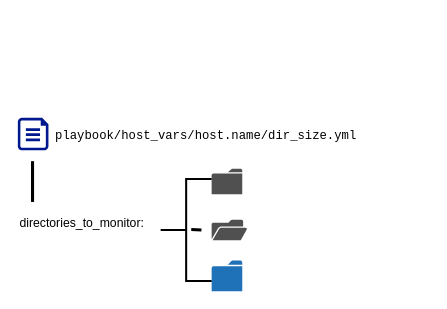
Before: Untitled Diagram.drawio in DimitrijaGj/Directory_size_monitoring_textcollector, a draw.io diagram. Source tidied: cells renumbered, new cells numbered last; positions are measured from the earlier drawing's top-left corner, leaving out a move shared by most shapes. Both pictures are drawn from the tidied source at 102%, with x=0, y=0 at pixel (17, 109).
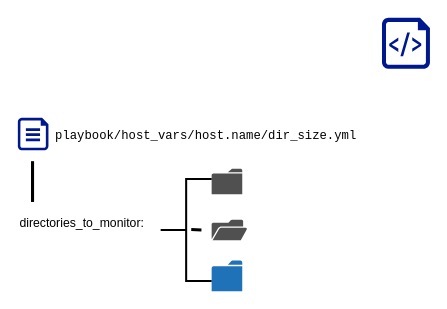
After the change.

What changed in the source:
```diff
@@
 <mxGraphModel>
   <root>
     <mxCell id="0" />
     <mxCell id="1" parent="0" />
     <mxCell id="2" style="sketch=0;shadow=0;dashed=0;html=1;strokeColor=none;fillColor=#505050;labelPosition=center;verticalLabelPosition=bottom;verticalAlign=top;align=center;shape=mxgraph.office.concepts.folder;" parent="1" vertex="1">
       <mxGeometry x="190" y="58" width="30" height="25" as="geometry" />
     </mxCell>
     <mxCell id="3" style="sketch=0;shadow=0;dashed=0;html=1;strokeColor=none;fillColor=#505050;labelPosition=center;verticalLabelPosition=bottom;verticalAlign=top;align=center;shape=mxgraph.office.concepts.folder_open;" parent="1" vertex="1">
       <mxGeometry x="190" y="108" width="35" height="20" as="geometry" />
     </mxCell>
     <mxCell id="4" style="sketch=0;shadow=0;dashed=0;html=1;strokeColor=none;labelPosition=center;verticalLabelPosition=bottom;verticalAlign=top;align=center;shape=mxgraph.office.concepts.folder;fillColor=#2072B8;" parent="1" vertex="1">
       <mxGeometry x="190" y="148" width="30" height="30" as="geometry" />
     </mxCell>
     <mxCell id="5" style="sketch=0;shadow=0;dashed=0;html=1;strokeColor=none;labelPosition=center;verticalLabelPosition=bottom;verticalAlign=top;align=center;fillColor=#00188D;shape=mxgraph.azure.file;" parent="1" vertex="1">
       <mxGeometry y="8" width="30" height="31.9" as="geometry" />
     </mxCell>
     <mxCell id="6" value="&lt;pre&gt;&lt;font face=&quot;Courier New&quot;&gt;playbook/host_vars/host.name/dir_size.yml&lt;/font&gt;&lt;/pre&gt;" style="text;whiteSpace=wrap;html=1;" parent="1" vertex="1">
       <mxGeometry x="35" y="-0.1" width="260" height="40" as="geometry" />
     </mxCell>
     <mxCell id="7" style="strokeWidth=2;html=1;shape=mxgraph.flowchart.annotation_2;align=left;labelPosition=right;" parent="1" vertex="1">
       <mxGeometry x="140" y="68" width="50" height="100" as="geometry" />
     </mxCell>
     <mxCell id="8" style="endArrow=none;html=1;rounded=0;strokeWidth=3;" parent="1" edge="1">
       <mxGeometry relative="1" as="geometry">
         <mxPoint x="170" y="117.5" as="sourcePoint" />
         <mxPoint x="180" y="118" as="targetPoint" />
       </mxGeometry>
     </mxCell>
     <mxCell id="9" value="directories_to_monitor:" style="text;whiteSpace=wrap;html=1;" parent="1" vertex="1">
       <mxGeometry y="98" width="160" height="40" as="geometry" />
     </mxCell>
     <mxCell id="10" style="endArrow=none;html=1;rounded=0;strokeWidth=3;" parent="1" edge="1">
       <mxGeometry relative="1" as="geometry">
         <mxPoint x="14.4" y="90.5" as="sourcePoint" />
         <mxPoint x="14.4" y="50.5" as="targetPoint" />
       </mxGeometry>
     </mxCell>
+    <mxCell id="11" style="sketch=0;shadow=0;dashed=0;html=1;strokeColor=none;labelPosition=center;verticalLabelPosition=bottom;verticalAlign=top;align=center;fillColor=#00188D;shape=mxgraph.azure.script_file;" parent="1" vertex="1">
+      <mxGeometry x="357" y="-90.1" width="47" height="50" as="geometry" />
+    </mxCell>
   </root>
 </mxGraphModel>
```
